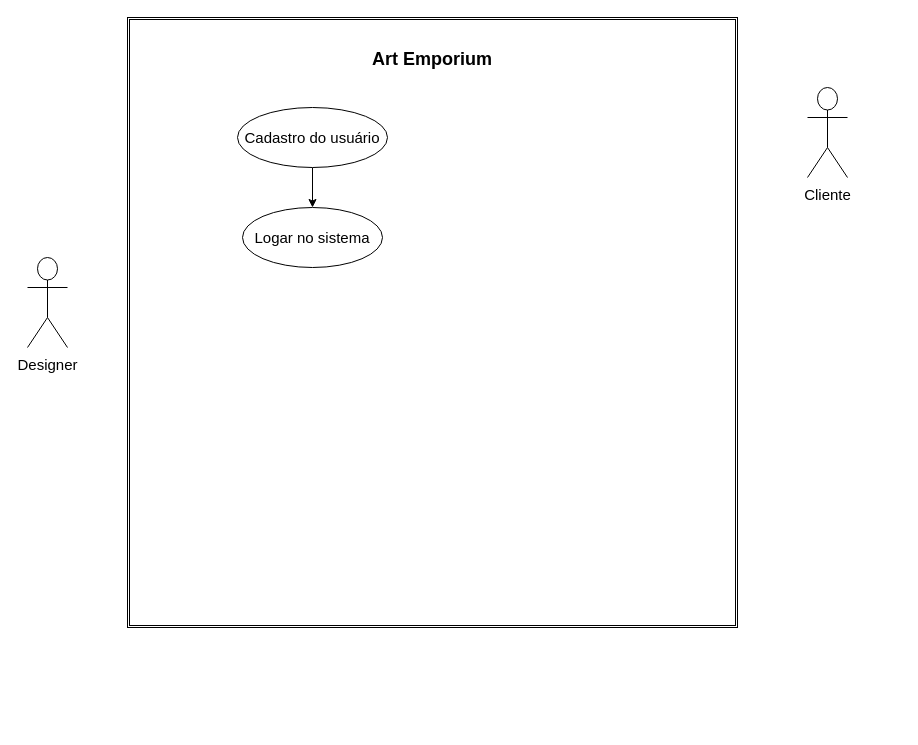
Before: Docs/caso _de_uso.drawio in Clara-ang/Art_Emporium2, a draw.io diagram. Source tidied: cells renumbered, new cells numbered last; positions are measured from the earlier drawing's top-left corner, leaving out a move shared by most shapes. Both pictures are drawn from the tidied source at 100%, with x=0, y=0 at pixel (27, 17).
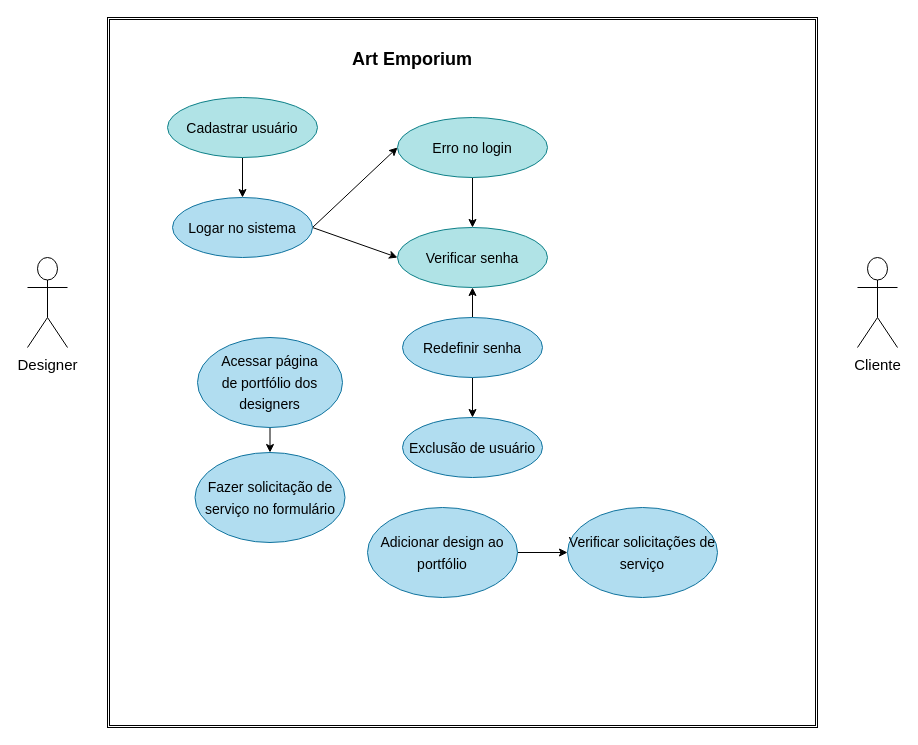
The same diagram, later.

What changed in the source:
```diff
@@
     <mxCell id="2" style="shape=ext;double=1;whiteSpace=wrap;html=1;" parent="1" vertex="1">
-      <mxGeometry x="100" width="610" height="610" as="geometry" />
+      <mxGeometry x="80" width="710" height="710" as="geometry" />
     </mxCell>
     <mxCell id="3" value="&lt;h1&gt;&lt;font style=&quot;font-size: 18px&quot;&gt;Art Emporium&lt;/font&gt;&lt;/h1&gt;" style="text;html=1;strokeColor=none;fillColor=none;spacing=5;spacingTop=-20;whiteSpace=wrap;overflow=hidden;rounded=0;align=center;" parent="1" vertex="1">
-      <mxGeometry x="310" y="20" width="190" height="50" as="geometry" />
+      <mxGeometry x="290" y="20" width="190" height="50" as="geometry" />
     </mxCell>
     <mxCell id="4" value="&lt;span style=&quot;font-size: 15px&quot;&gt;Cliente&lt;/span&gt;" style="shape=umlActor;verticalLabelPosition=bottom;verticalAlign=top;html=1;fontSize=18;" parent="1" vertex="1">
-      <mxGeometry x="780" y="70" width="40" height="90" as="geometry" />
+      <mxGeometry x="830" y="240" width="40" height="90" as="geometry" />
     </mxCell>
+    <mxCell id="9" style="edgeStyle=none;html=1;exitX=1;exitY=0.5;exitDx=0;exitDy=0;entryX=0;entryY=0.5;entryDx=0;entryDy=0;fontSize=15;fontColor=#000000;" parent="1" edge="1" source="5" target="19">
+      <mxGeometry relative="1" as="geometry" />
+    </mxCell>
+    <mxCell id="10" style="edgeStyle=none;html=1;exitX=1;exitY=0.5;exitDx=0;exitDy=0;entryX=0;entryY=0.5;entryDx=0;entryDy=0;fontSize=15;fontColor=#000000;" parent="1" edge="1" source="5" target="20">
+      <mxGeometry relative="1" as="geometry" />
+    </mxCell>
-    <mxCell id="5" value="&lt;font style=&quot;font-size: 15px&quot;&gt;Logar no sistema&lt;/font&gt;" style="ellipse;whiteSpace=wrap;html=1;fontSize=18;" parent="1" vertex="1">
-      <mxGeometry x="215" y="190" width="140" height="60" as="geometry" />
+    <mxCell id="5" value="&lt;font style=&quot;font-size: 14px&quot; color=&quot;#000000&quot;&gt;Logar no sistema&lt;/font&gt;" style="ellipse;whiteSpace=wrap;html=1;fontSize=18;fillColor=#b1ddf0;strokeColor=#10739e;" parent="1" vertex="1">
+      <mxGeometry x="145" y="180" width="140" height="60" as="geometry" />
     </mxCell>
@@
-    <mxCell id="7" value="Cadastro do usuário" style="ellipse;whiteSpace=wrap;html=1;fontSize=15;" parent="1" vertex="1">
-      <mxGeometry x="210" y="90" width="150" height="60" as="geometry" />
+    <mxCell id="7" value="&lt;font color=&quot;#000000&quot; style=&quot;font-size: 14px&quot;&gt;Cadastrar usuário&lt;/font&gt;" style="ellipse;whiteSpace=wrap;html=1;fontSize=15;fillColor=#b0e3e6;strokeColor=#0e8088;" parent="1" vertex="1">
+      <mxGeometry x="140" y="80" width="150" height="60" as="geometry" />
     </mxCell>
@@
+    <mxCell id="11" style="edgeStyle=none;html=1;fontSize=15;fontColor=#000000;" parent="1" edge="1" source="12" target="17">
+      <mxGeometry relative="1" as="geometry" />
+    </mxCell>
+    <mxCell id="12" value="&lt;font color=&quot;#000000&quot; style=&quot;font-size: 14px&quot;&gt;&lt;span style=&quot;line-height: 1.2&quot;&gt;Acessar página&lt;br&gt;de portfólio dos designers&lt;/span&gt;&lt;/font&gt;" style="ellipse;whiteSpace=wrap;html=1;fontSize=18;fillColor=#b1ddf0;strokeColor=#10739e;" parent="1" vertex="1">
+      <mxGeometry x="170" y="320" width="145" height="90" as="geometry" />
+    </mxCell>
+    <mxCell id="13" style="edgeStyle=none;html=1;fontSize=15;fontColor=#000000;" parent="1" edge="1" source="15" target="16">
+      <mxGeometry relative="1" as="geometry" />
+    </mxCell>
+    <mxCell id="14" style="edgeStyle=none;html=1;fontSize=15;fontColor=#000000;" parent="1" edge="1" source="15" target="20">
+      <mxGeometry relative="1" as="geometry" />
+    </mxCell>
+    <mxCell id="15" value="&lt;font color=&quot;#000000&quot; style=&quot;font-size: 14px&quot;&gt;Redefinir senha&lt;/font&gt;" style="ellipse;whiteSpace=wrap;html=1;fontSize=18;fillColor=#b1ddf0;strokeColor=#10739e;" parent="1" vertex="1">
+      <mxGeometry x="375" y="300" width="140" height="60" as="geometry" />
+    </mxCell>
+    <mxCell id="16" value="&lt;font color=&quot;#000000&quot; style=&quot;font-size: 14px&quot;&gt;Exclusão de usuário&lt;/font&gt;" style="ellipse;whiteSpace=wrap;html=1;fontSize=18;fillColor=#b1ddf0;strokeColor=#10739e;" parent="1" vertex="1">
+      <mxGeometry x="375" y="400" width="140" height="60" as="geometry" />
+    </mxCell>
+    <mxCell id="17" value="&lt;font color=&quot;#000000&quot; style=&quot;font-size: 14px&quot;&gt;Fazer solicitação de serviço no formulário&lt;/font&gt;" style="ellipse;whiteSpace=wrap;html=1;fontSize=18;fillColor=#b1ddf0;strokeColor=#10739e;" parent="1" vertex="1">
+      <mxGeometry x="167.5" y="435" width="150" height="90" as="geometry" />
+    </mxCell>
+    <mxCell id="18" style="edgeStyle=none;html=1;fontSize=15;fontColor=#000000;" parent="1" edge="1" source="19" target="20">
+      <mxGeometry relative="1" as="geometry" />
+    </mxCell>
+    <mxCell id="19" value="&lt;font color=&quot;#000000&quot; style=&quot;font-size: 14px&quot;&gt;Erro no login&lt;/font&gt;" style="ellipse;whiteSpace=wrap;html=1;fontSize=15;fillColor=#b0e3e6;strokeColor=#0e8088;" parent="1" vertex="1">
+      <mxGeometry x="370" y="100" width="150" height="60" as="geometry" />
+    </mxCell>
+    <mxCell id="20" value="&lt;font color=&quot;#000000&quot; style=&quot;font-size: 14px&quot;&gt;Verificar senha&lt;/font&gt;" style="ellipse;whiteSpace=wrap;html=1;fontSize=15;fillColor=#b0e3e6;strokeColor=#0e8088;" parent="1" vertex="1">
+      <mxGeometry x="370" y="210" width="150" height="60" as="geometry" />
+    </mxCell>
+    <mxCell id="21" style="edgeStyle=none;html=1;fontSize=15;fontColor=#000000;" parent="1" edge="1" source="22" target="23">
+      <mxGeometry relative="1" as="geometry" />
+    </mxCell>
+    <mxCell id="22" value="&lt;font color=&quot;#000000&quot; style=&quot;font-size: 14px&quot;&gt;Adicionar design ao portfólio&lt;/font&gt;" style="ellipse;whiteSpace=wrap;html=1;fontSize=18;fillColor=#b1ddf0;strokeColor=#10739e;" parent="1" vertex="1">
+      <mxGeometry x="340" y="490" width="150" height="90" as="geometry" />
+    </mxCell>
+    <mxCell id="23" value="&lt;font color=&quot;#000000&quot; style=&quot;font-size: 14px&quot;&gt;Verificar solicitações de serviço&lt;/font&gt;" style="ellipse;whiteSpace=wrap;html=1;fontSize=18;fillColor=#b1ddf0;strokeColor=#10739e;" parent="1" vertex="1">
+      <mxGeometry x="540" y="490" width="150" height="90" as="geometry" />
+    </mxCell>
```
